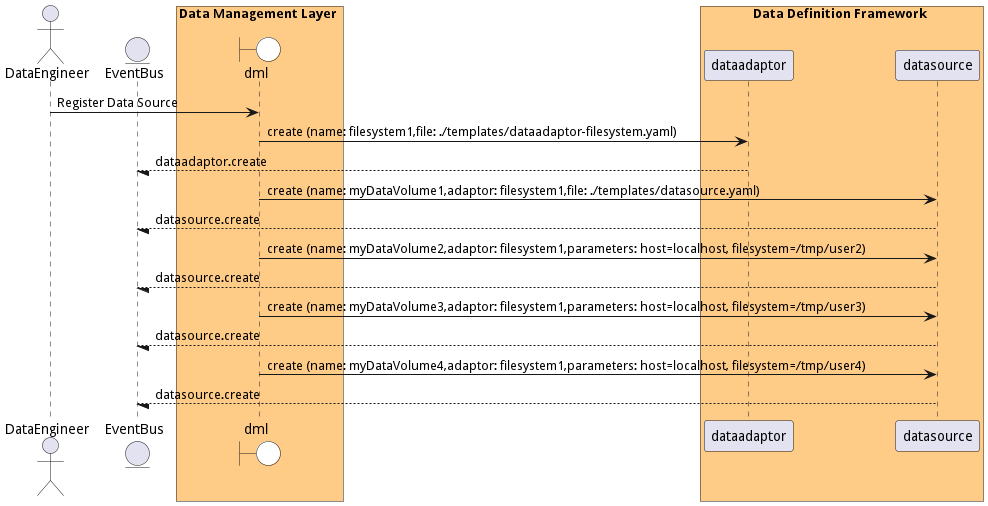
Above: docs/edgemere/diml/dml/usecases/ManageDataSources/RegisterDataSource.png in madajaju/edgemere (PlantUML), before the change. The source it was exported from:
```plantuml
@startuml

actor "DataEngineer"


entity EventBus

box Data Management Layer #ffcc88
    boundary dml #white
end box


box Data Definition Framework #ffcc88
            participant dataadaptor
            participant datasource
    end box


"DataEngineer" -> dml: Register Data Source

    dml -> "dataadaptor": create (name: filesystem1,file: ./templates/dataadaptor-filesystem.yaml)

    "dataadaptor" --/ EventBus: dataadaptor.create

    dml -> "datasource": create (name: myDataVolume1,adaptor: filesystem1,file: ./templates/datasource.yaml)

    "datasource" --/ EventBus: datasource.create

    dml -> "datasource": create (name: myDataVolume2,adaptor: filesystem1,parameters: host=localhost, filesystem=/tmp/user2)

    "datasource" --/ EventBus: datasource.create

    dml -> "datasource": create (name: myDataVolume3,adaptor: filesystem1,parameters: host=localhost, filesystem=/tmp/user3)

    "datasource" --/ EventBus: datasource.create

    dml -> "datasource": create (name: myDataVolume4,adaptor: filesystem1,parameters: host=localhost, filesystem=/tmp/user4)

    "datasource" --/ EventBus: datasource.create



@enduml
```
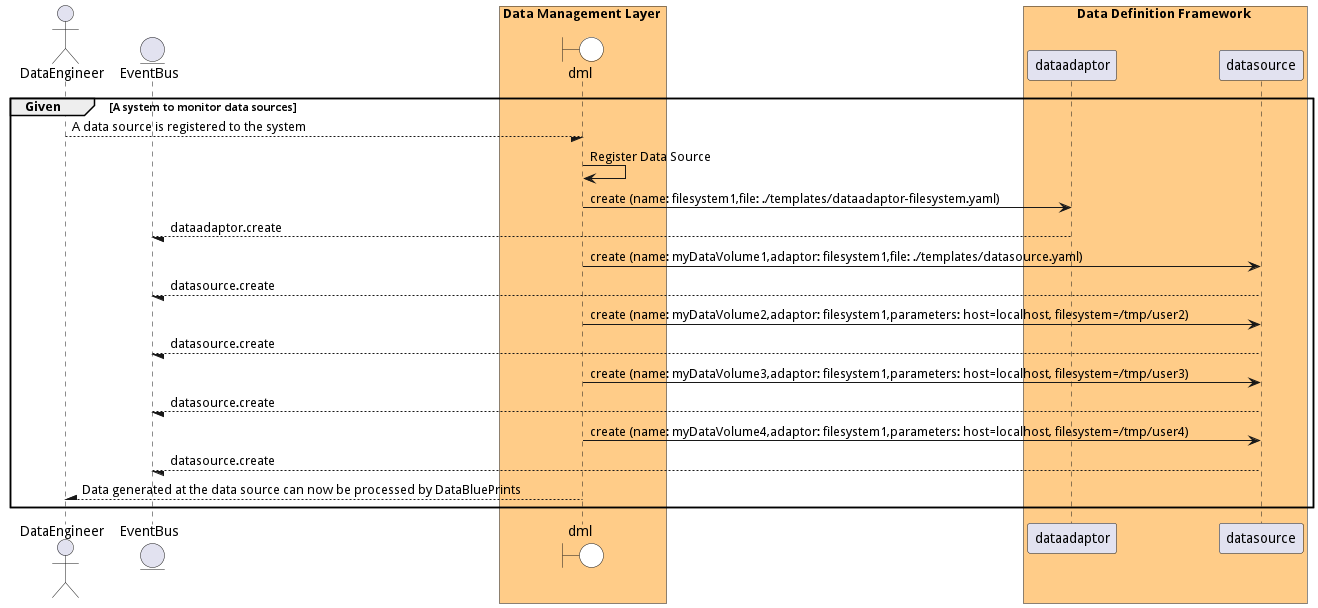
Later version of the same file.

What changed in the source:
```diff
@@ -1,4 +1,5 @@
 @startuml
+
 
 actor "DataEngineer"
 
@@ -15,8 +16,10 @@
             participant datasource
     end box
 
+group Given [A system to monitor data sources]
 
-"DataEngineer" -> dml: Register Data Source
+"DataEngineer" --/ dml: A data source is registered to the system
+"dml" -> dml: Register Data Source
 
     dml -> "dataadaptor": create (name: filesystem1,file: ./templates/dataadaptor-filesystem.yaml)
 
@@ -40,4 +43,9 @@
 
 
 
+"DataEngineer" /-- dml: Data generated at the data source can now be processed by DataBluePrints
+
+
+end
+
 @enduml
```
